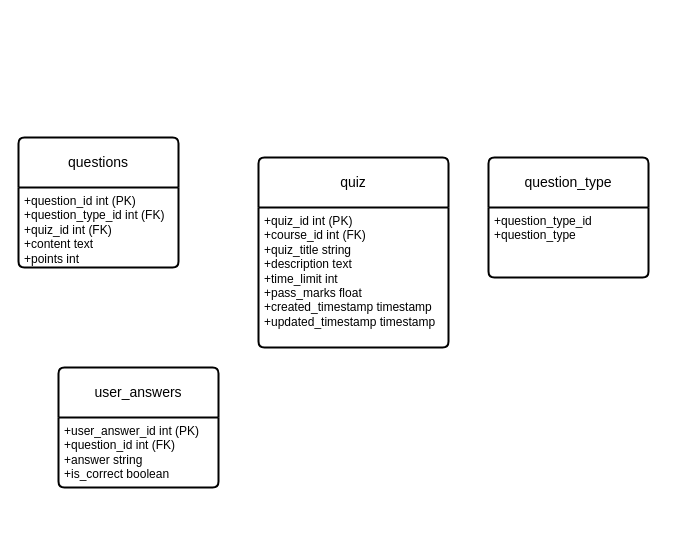
The-Illusion-services/illusion-BE keeps this draw.io diagram as illusion hackathon db model schema 2.drawio. Above is the earlier version. Source tidied: cells renumbered, new cells numbered last; positions are measured from the earlier drawing's top-left corner, leaving out a move shared by most shapes. Both pictures are drawn from the tidied source at 100%, with x=0, y=0 at pixel (18, 137).
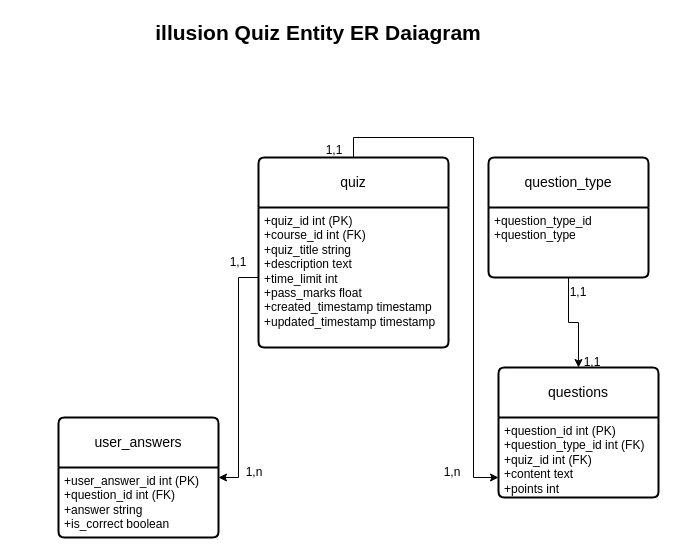
After the change.

Change to the diagram source:
```diff
@@
 <mxGraphModel>
   <root>
     <mxCell id="0" />
     <mxCell id="1" parent="0" />
+    <mxCell id="10" style="edgeStyle=orthogonalEdgeStyle;rounded=0;jettySize=auto;html=1;exitX=0.5;exitY=0;exitDx=0;exitDy=0;entryX=0;entryY=0.75;entryDx=0;entryDy=0;" parent="1" edge="1" source="2" target="7">
+      <mxGeometry relative="1" as="geometry" />
+    </mxCell>
     <mxCell id="2" value="quiz" style="swimlane;horizontal=1;startSize=50;rounded=1;fontSize=14;fontStyle=0;strokeWidth=2;shadow=0;dashed=0;align=center;arcSize=4;whiteSpace=wrap;html=1;" parent="1" vertex="1">
       <mxGeometry x="240" y="20" width="190" height="190" as="geometry" />
     </mxCell>
     <mxCell id="3" value="+quiz_id int (PK)&lt;br&gt;+course_id int (FK)&lt;br&gt;&lt;div&gt;+quiz_title string&lt;br&gt;&lt;/div&gt;&lt;div&gt;+description text&lt;br&gt;&lt;/div&gt;&lt;div&gt;+time_limit int&lt;br&gt;&lt;/div&gt;&lt;div&gt;+pass_marks float&lt;br&gt;&lt;/div&gt;&lt;div&gt;+created_timestamp timestamp &lt;br&gt;&lt;/div&gt;&lt;div&gt;+updated_timestamp timestamp&lt;br&gt;&lt;/div&gt;" style="align=left;strokeColor=none;fillColor=none;spacingLeft=4;fontSize=12;verticalAlign=top;html=1;" parent="2" vertex="1">
       <mxGeometry y="50" width="190" height="140" as="geometry" />
     </mxCell>
     <mxCell id="4" value="question_type" style="swimlane;horizontal=1;startSize=50;rounded=1;fontSize=14;fontStyle=0;strokeWidth=2;shadow=0;dashed=0;align=center;arcSize=4;whiteSpace=wrap;html=1;" parent="1" vertex="1">
       <mxGeometry x="470" y="20" width="160" height="120" as="geometry" />
     </mxCell>
     <mxCell id="5" value="+question_type_id&lt;br&gt;+question_type" style="align=left;strokeColor=none;fillColor=none;spacingLeft=4;fontSize=12;verticalAlign=top;html=1;" parent="4" vertex="1">
       <mxGeometry y="50" width="160" height="70" as="geometry" />
     </mxCell>
     <mxCell id="6" value="questions" style="swimlane;horizontal=1;startSize=50;rounded=1;fontSize=14;fontStyle=0;strokeWidth=2;shadow=0;dashed=0;align=center;arcSize=4;whiteSpace=wrap;html=1;" parent="1" vertex="1">
-      <mxGeometry width="160" height="130" as="geometry" />
+      <mxGeometry x="480" y="230" width="160" height="130" as="geometry" />
     </mxCell>
     <mxCell id="7" value="+question_id int (PK)&lt;br&gt;+question_type_id int (FK)&lt;br&gt;&lt;div&gt;+quiz_id int (FK)&lt;/div&gt;&lt;div&gt;+content text&lt;/div&gt;&lt;div&gt;+points int &lt;br&gt;&lt;/div&gt;&lt;div&gt;&lt;br&gt;&lt;/div&gt;" style="align=left;strokeColor=none;fillColor=none;spacingLeft=4;fontSize=12;verticalAlign=top;html=1;" parent="6" vertex="1">
       <mxGeometry y="50" width="160" height="80" as="geometry" />
     </mxCell>
     <mxCell id="8" value="user_answers" style="swimlane;horizontal=1;startSize=50;rounded=1;fontSize=14;fontStyle=0;strokeWidth=2;shadow=0;dashed=0;align=center;arcSize=4;whiteSpace=wrap;html=1;" parent="1" vertex="1">
-      <mxGeometry x="40" y="230" width="160" height="120" as="geometry" />
+      <mxGeometry x="40" y="280" width="160" height="120" as="geometry" />
     </mxCell>
     <mxCell id="9" value="+user_answer_id int (PK)&lt;br&gt;+question_id int (FK)&lt;br&gt;&lt;div&gt;+answer string&lt;/div&gt;&lt;div&gt;+is_correct boolean&lt;br&gt;&lt;/div&gt;" style="align=left;strokeColor=none;fillColor=none;spacingLeft=4;fontSize=12;verticalAlign=top;html=1;" parent="8" vertex="1">
       <mxGeometry y="50" width="160" height="70" as="geometry" />
     </mxCell>
+    <mxCell id="11" value="illusion Quiz Entity ER Daiagram" style="text;html=1;align=center;verticalAlign=middle;whiteSpace=wrap;rounded=0;fontStyle=1;fontSize=21;" parent="1" vertex="1">
+      <mxGeometry x="90" y="-120" width="420" height="30" as="geometry" />
+    </mxCell>
+    <mxCell id="12" style="edgeStyle=orthogonalEdgeStyle;rounded=0;jettySize=auto;html=1;entryX=0.5;entryY=0;entryDx=0;entryDy=0;" parent="1" edge="1" source="5" target="6">
+      <mxGeometry relative="1" as="geometry" />
+    </mxCell>
+    <mxCell id="13" value="1,1" style="text;html=1;align=center;verticalAlign=middle;whiteSpace=wrap;rounded=0;" parent="1" vertex="1">
+      <mxGeometry x="530" y="140" width="60" height="30" as="geometry" />
+    </mxCell>
+    <mxCell id="14" value="1,1" style="text;html=1;align=center;verticalAlign=middle;whiteSpace=wrap;rounded=0;" parent="1" vertex="1">
+      <mxGeometry x="544" y="210" width="60" height="30" as="geometry" />
+    </mxCell>
+    <mxCell id="15" value="1,1" style="text;html=1;align=center;verticalAlign=middle;whiteSpace=wrap;rounded=0;" parent="1" vertex="1">
+      <mxGeometry x="286" y="-2" width="60" height="30" as="geometry" />
+    </mxCell>
+    <mxCell id="16" value="1,n" style="text;html=1;align=center;verticalAlign=middle;whiteSpace=wrap;rounded=0;" parent="1" vertex="1">
+      <mxGeometry x="404" y="320" width="60" height="30" as="geometry" />
+    </mxCell>
+    <mxCell id="17" style="edgeStyle=orthogonalEdgeStyle;rounded=0;jettySize=auto;html=1;entryX=1;entryY=0.5;entryDx=0;entryDy=0;" parent="1" edge="1" source="3" target="8">
+      <mxGeometry relative="1" as="geometry" />
+    </mxCell>
+    <mxCell id="18" value="1,1" style="text;html=1;align=center;verticalAlign=middle;whiteSpace=wrap;rounded=0;" parent="1" vertex="1">
+      <mxGeometry x="190" y="110" width="60" height="30" as="geometry" />
+    </mxCell>
+    <mxCell id="19" value="1,n" style="text;html=1;align=center;verticalAlign=middle;whiteSpace=wrap;rounded=0;" parent="1" vertex="1">
+      <mxGeometry x="206" y="320" width="60" height="30" as="geometry" />
+    </mxCell>
   </root>
 </mxGraphModel>
```
